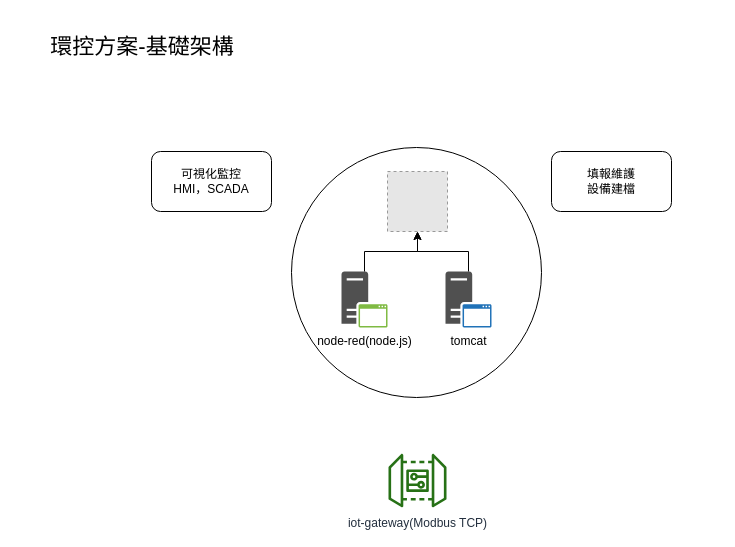
Above: iot_env_ctrl_basic.drawio in FR-TW/frapp_iot_doc (draw.io), before the change. Source tidied: cells renumbered, new cells numbered last; positions are measured from the earlier drawing's top-left corner, leaving out a move shared by most shapes. Both pictures are drawn from the tidied source at 100%, with x=0, y=0 at pixel (17, 17). Pictures stored in the file or linked from it are replaced by grey dashed boxes.
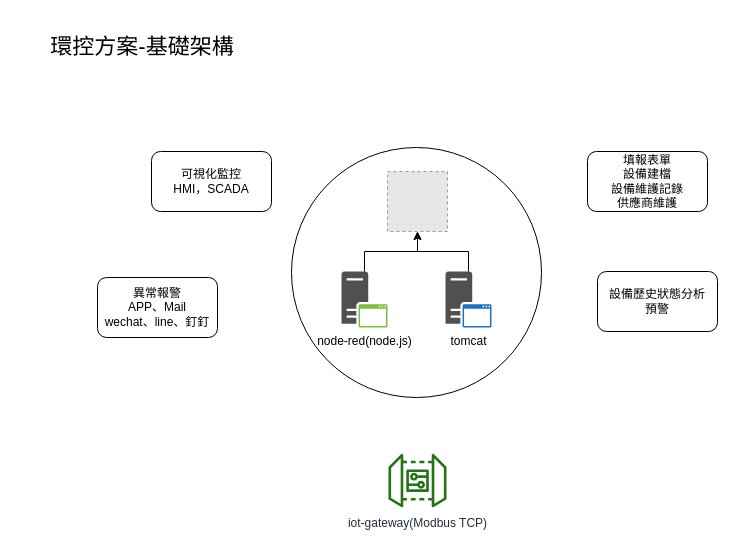
The same diagram, later.

Diff of the diagram source:
```diff
@@
 <mxGraphModel>
   <root>
     <mxCell id="0" />
     <mxCell id="1" parent="0" />
     <mxCell id="2" style="ellipse;whiteSpace=wrap;html=1;" parent="1" vertex="1">
       <mxGeometry x="274" y="130" width="250" height="250" as="geometry" />
     </mxCell>
-    <mxCell id="3" value="填報維護&lt;br&gt;設備建檔" style="rounded=1;whiteSpace=wrap;html=1;" parent="1" vertex="1">
-      <mxGeometry x="534" y="134" width="120" height="60" as="geometry" />
+    <mxCell id="3" value="填報表單&lt;br&gt;設備建檔&lt;br&gt;設備維護記錄&lt;br&gt;供應商維護" style="rounded=1;whiteSpace=wrap;html=1;" parent="1" vertex="1">
+      <mxGeometry x="570" y="134" width="120" height="60" as="geometry" />
     </mxCell>
     <mxCell id="4" value="可視化監控&lt;br&gt;HMI，SCADA" style="rounded=1;whiteSpace=wrap;html=1;" parent="1" vertex="1">
       <mxGeometry x="134" y="134" width="120" height="60" as="geometry" />
     </mxCell>
     <mxCell id="5" value="tomcat" style="shadow=0;dashed=0;html=1;strokeColor=none;fillColor=#505050;labelPosition=center;verticalLabelPosition=bottom;verticalAlign=top;outlineConnect=0;align=center;shape=mxgraph.office.servers.application_server_blue;" parent="1" vertex="1">
       <mxGeometry x="428" y="254" width="46" height="56" as="geometry" />
     </mxCell>
     <mxCell id="6" value="node-red(node.js)" style="shadow=0;dashed=0;html=1;strokeColor=none;fillColor=#505050;labelPosition=center;verticalLabelPosition=bottom;verticalAlign=top;outlineConnect=0;align=center;shape=mxgraph.office.servers.application_server_green;" parent="1" vertex="1">
       <mxGeometry x="324" y="254" width="46" height="56" as="geometry" />
     </mxCell>
     <mxCell id="7" value="iot-gateway(Modbus TCP)" style="fontColor=#232F3E;gradientColor=none;fillColor=#277116;strokeColor=none;dashed=0;verticalLabelPosition=bottom;verticalAlign=top;align=center;html=1;fontSize=12;fontStyle=0;shape=mxgraph.aws4.iot_device_gateway;" parent="1" vertex="1">
       <mxGeometry x="371" y="434" width="58" height="58" as="geometry" />
     </mxCell>
     <mxCell id="8" style="edgeStyle=orthogonalEdgeStyle;rounded=0;jettySize=auto;html=1;startArrow=classic;startFill=1;endArrow=none;endFill=0;" parent="1" edge="1" source="10" target="6">
       <mxGeometry relative="1" as="geometry" />
     </mxCell>
     <mxCell id="9" style="edgeStyle=orthogonalEdgeStyle;rounded=0;jettySize=auto;html=1;startArrow=classic;startFill=1;endArrow=none;endFill=0;" parent="1" edge="1" source="10" target="5">
       <mxGeometry relative="1" as="geometry" />
     </mxCell>
     <mxCell id="10" style="fillColor=#E6E6E6;strokeColor=#999999;dashed=1;verticalLabelPosition=bottom;labelBackgroundColor=#ffffff;verticalAlign=top;" parent="1" vertex="1">
       <mxGeometry x="370" y="154" width="60" height="60" as="geometry" />
     </mxCell>
     <mxCell id="11" value="環控方案-基礎架構" style="text;html=1;strokeColor=none;fillColor=none;align=center;verticalAlign=middle;whiteSpace=wrap;rounded=0;fontFamily=Noto Sans TC;FType=g;fontSize=22;" parent="1" vertex="1">
       <mxGeometry width="250" height="60" as="geometry" />
     </mxCell>
+    <mxCell id="12" value="異常報警&lt;br&gt;APP、Mail&lt;br&gt;wechat、line、釘釘" style="rounded=1;whiteSpace=wrap;html=1;" parent="1" vertex="1">
+      <mxGeometry x="80" y="260" width="120" height="60" as="geometry" />
+    </mxCell>
+    <mxCell id="13" value="設備歷史狀態分析&lt;br&gt;預警" style="rounded=1;whiteSpace=wrap;html=1;" parent="1" vertex="1">
+      <mxGeometry x="580" y="254" width="120" height="60" as="geometry" />
+    </mxCell>
   </root>
 </mxGraphModel>
```
